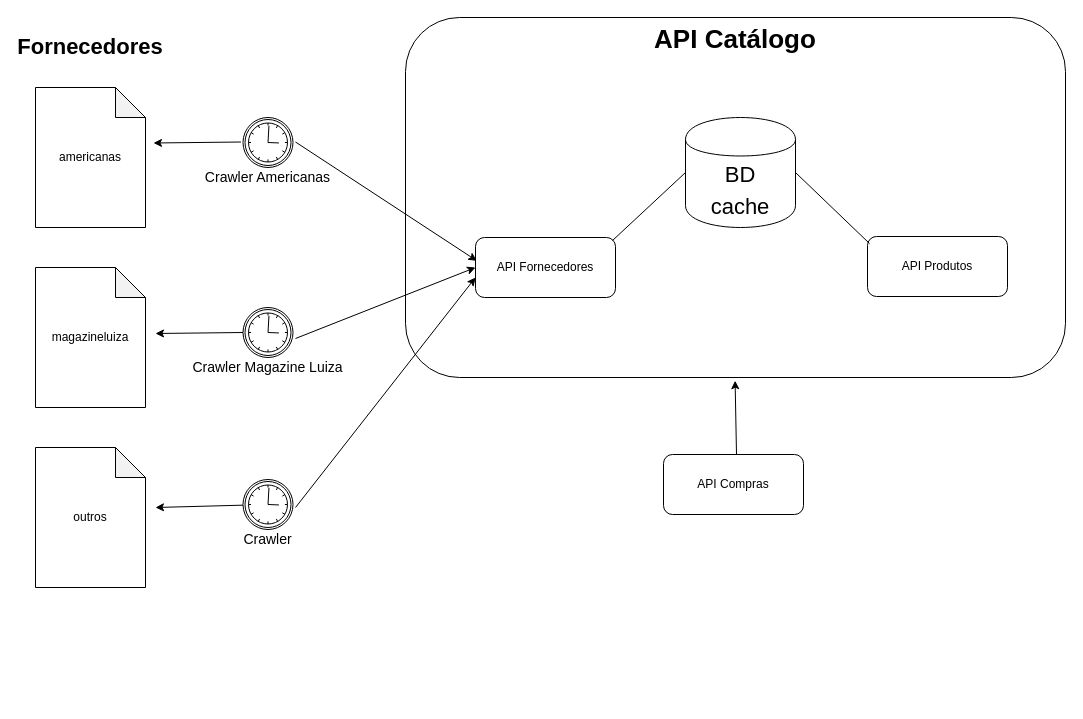
Earlier version of the draw.io diagram page "API Catálogo" (2 of 3) of doc/sistema-drop-shipping.drawio (caiosduarte/aws-montagem-exibicao-catalogo). Source tidied: cells renumbered, new cells numbered last; positions are measured from the earlier drawing's top-left corner, leaving out a move shared by most shapes. Both pictures are drawn from the tidied source at 100%, with x=0, y=0 at pixel (35, 17).
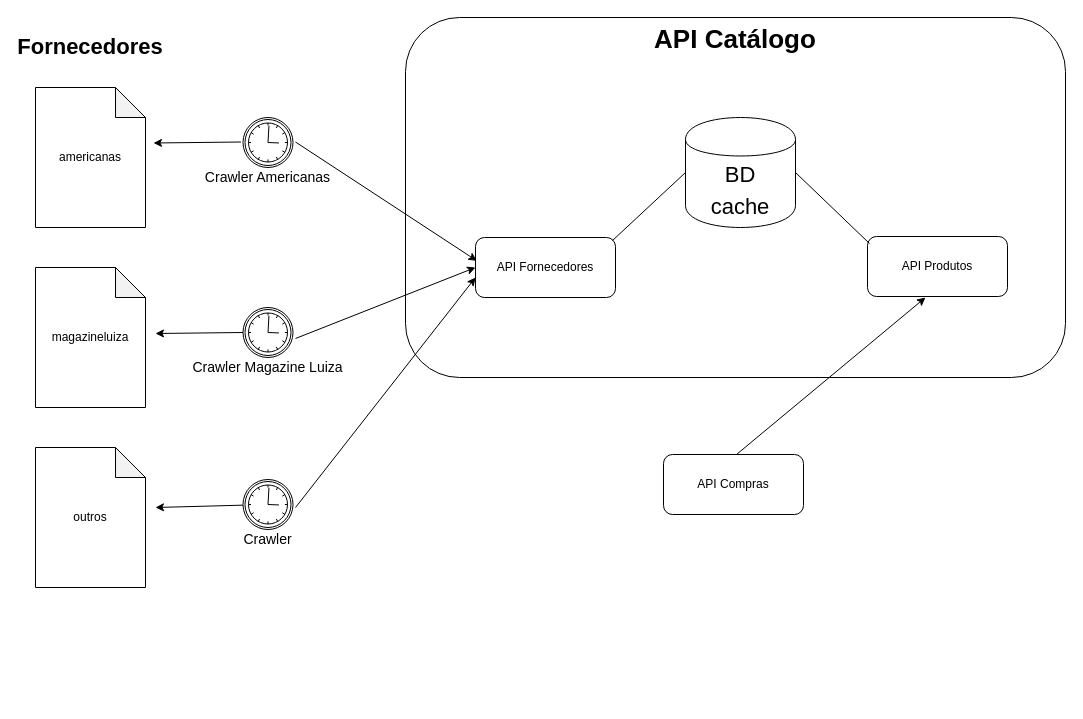
The same diagram, later.

Commit message:
desenho da api catalogo atualizado

The change refers to these unchanged cells:
```xml
<mxCell id="35" value="&lt;span style=&quot;font-size: 12px&quot;&gt;API Produtos&lt;br style=&quot;font-size: 12px&quot;&gt;&lt;/span&gt;" style="rounded=1;whiteSpace=wrap;html=1;fontSize=12;fontStyle=0;" parent="1" vertex="1">
  <mxGeometry x="832" y="219" width="140" height="60" as="geometry" />
</mxCell>
```

The edit, as a diff of the source:
```diff
@@
-    <mxCell id="38" style="endArrow=classic;html=1;fontSize=14;fontColor=none;entryX=0.46;entryY=1.009;entryDx=0;entryDy=0;entryPerimeter=0;" parent="1" edge="1">
+    <mxCell id="38" style="endArrow=classic;html=1;fontSize=14;fontColor=none;entryX=0.414;entryY=1.017;entryDx=0;entryDy=0;entryPerimeter=0;" parent="1" edge="1" target="35">
       <mxGeometry relative="1" as="geometry">
         <mxPoint x="701" y="437" as="sourcePoint" />
-        <mxPoint x="699.6" y="363.2" as="targetPoint" />
       </mxGeometry>
     </mxCell>
```
